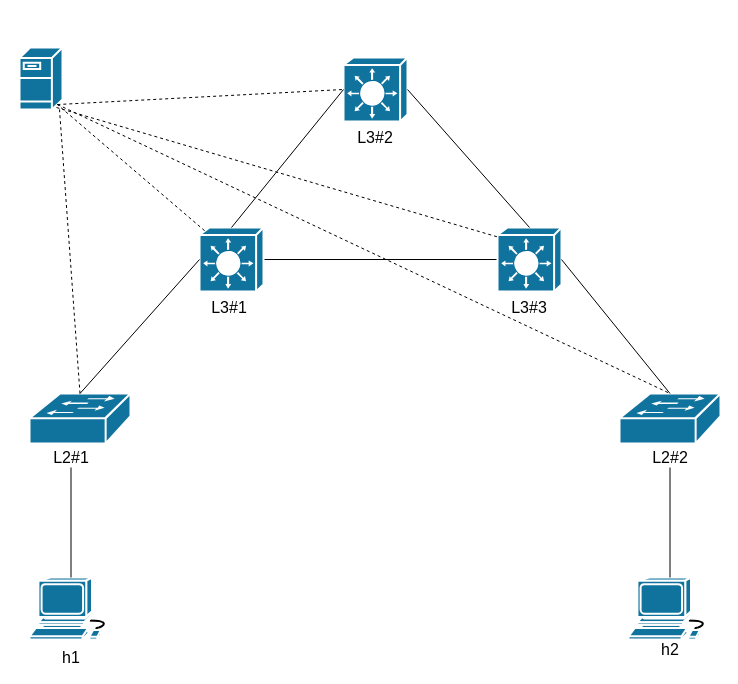
The draw.io diagram page "base topology" (3 of 5) of fwd.drawio in gameLoading/blank__-, before the edit. Source tidied: cells renumbered, new cells numbered last; positions are measured from the earlier drawing's top-left corner, leaving out a move shared by most shapes. Both pictures are drawn from the tidied source at 100%, with x=0, y=0 at pixel (19, 47).
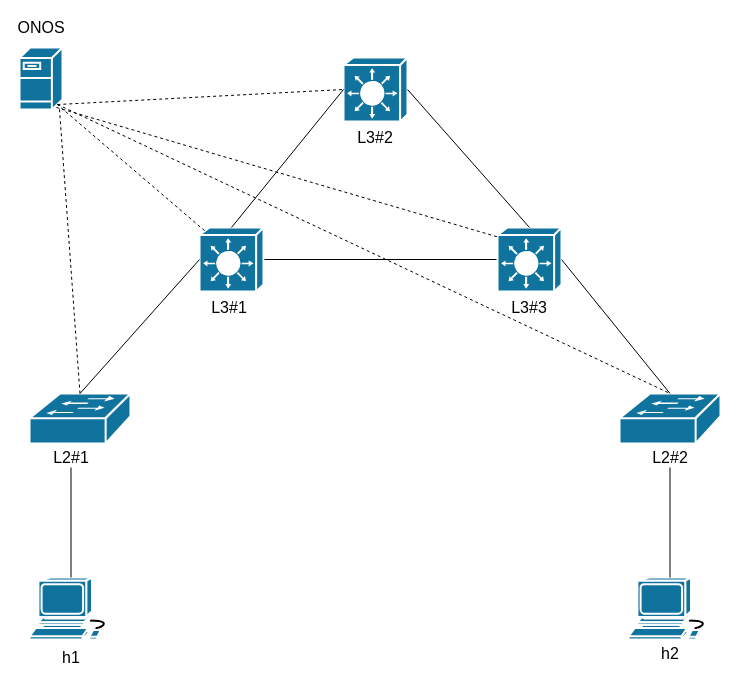
The same page after the edit.

Diff of the diagram source:
```diff
@@
     <mxCell id="28" value="h2" style="text;html=1;strokeColor=none;fillColor=none;align=center;verticalAlign=middle;whiteSpace=wrap;rounded=0;fontSize=16;" parent="1" vertex="1">
-      <mxGeometry x="630.5" y="592" width="40" height="20" as="geometry" />
+      <mxGeometry x="630.5" y="596" width="40" height="20" as="geometry" />
     </mxCell>
+    <mxCell id="29" value="ONOS" style="text;html=1;strokeColor=none;fillColor=none;align=center;verticalAlign=middle;whiteSpace=wrap;rounded=0;fontSize=16;" parent="1" vertex="1">
+      <mxGeometry x="1.5" y="-30" width="40" height="20" as="geometry" />
+    </mxCell>
```
